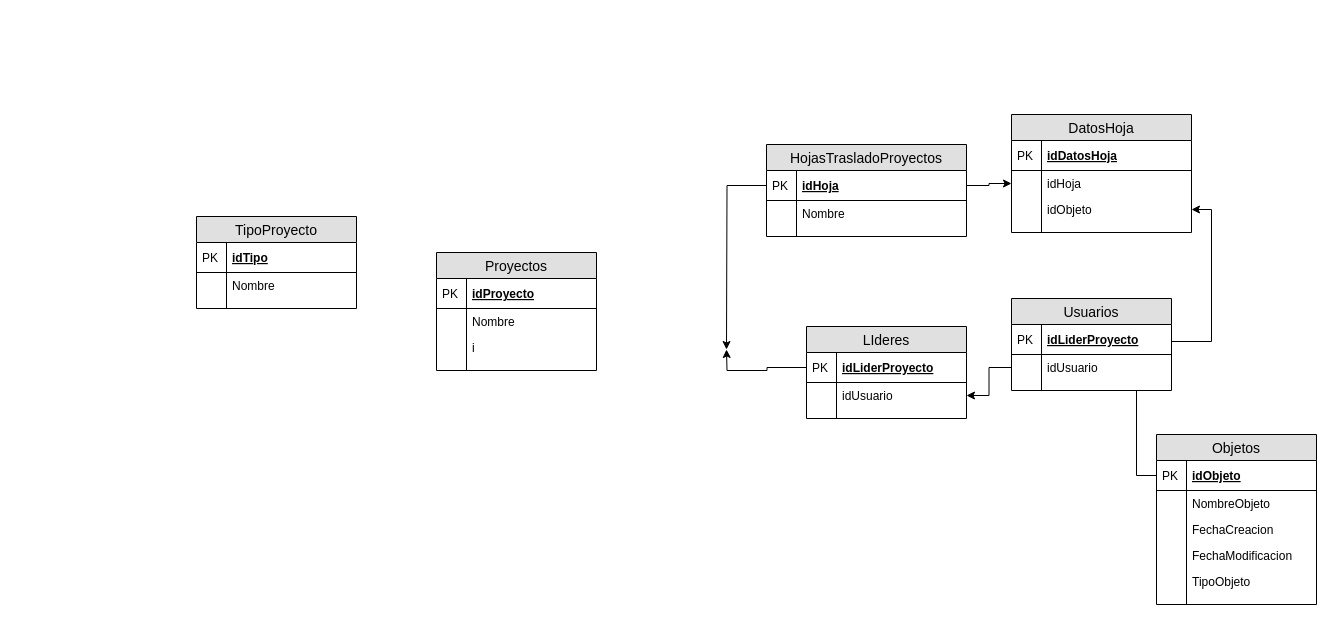
Earlier version of the draw.io diagram DiagramaNuevo.drawio (IrvinDevFlores/RequerimientosPro). Source tidied: cells renumbered, new cells numbered last; positions are measured from the earlier drawing's top-left corner, leaving out a move shared by most shapes. Both pictures are drawn from the tidied source at 100%, with x=0, y=0 at pixel (196, 114).
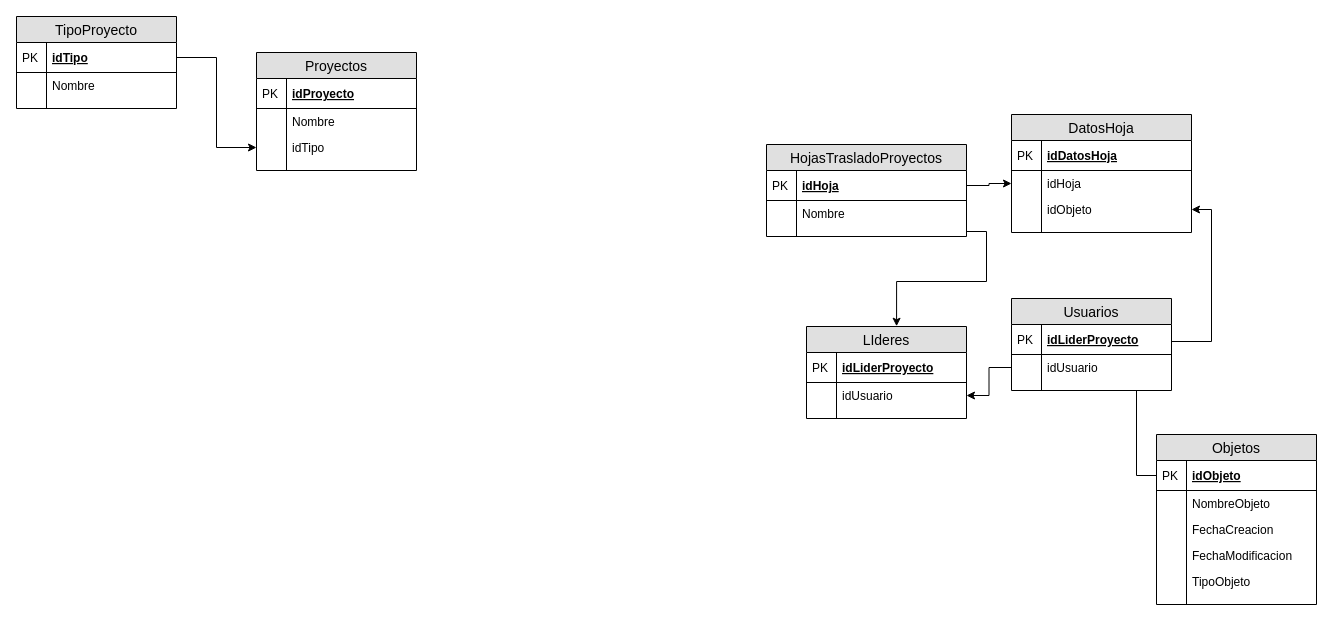
Above is the later version.

Commit message:
Continuaremos mañana

The change refers to these unchanged cells:
```xml
<mxCell id="12" value="idHoja" style="shape=partialRectangle;top=0;left=0;right=0;bottom=1;align=left;verticalAlign=middle;fillColor=none;spacingLeft=34;spacingRight=4;overflow=hidden;points=[[0,0.5],[1,0.5]];portConstraint=eastwest;fontStyle=5;fontSize=12;" parent="11" vertex="1">
  <mxGeometry y="26" width="200" height="30" as="geometry" />
</mxCell>
<mxCell id="16" style="shape=partialRectangle;top=0;left=0;right=0;bottom=0;align=left;verticalAlign=top;fillColor=none;spacingLeft=34;spacingRight=4;overflow=hidden;points=[[0,0.5],[1,0.5]];portConstraint=eastwest;fontSize=12;" parent="11" vertex="1">
  <mxGeometry y="82" width="200" height="10" as="geometry" />
</mxCell>
<mxCell id="43" value="LIderes" style="swimlane;fontStyle=0;horizontal=1;startSize=26;fillColor=#e0e0e0;swimlaneFillColor=#ffffff;align=center;fontSize=14;" parent="1" vertex="1">
  <mxGeometry x="610" y="212" width="160" height="92" as="geometry" />
</mxCell>
<mxCell id="44" value="idLiderProyecto" style="shape=partialRectangle;top=0;left=0;right=0;bottom=1;align=left;verticalAlign=middle;fillColor=none;spacingLeft=34;spacingRight=4;overflow=hidden;points=[[0,0.5],[1,0.5]];portConstraint=eastwest;fontStyle=5;fontSize=12;" parent="43" vertex="1">
  <mxGeometry y="26" width="160" height="30" as="geometry" />
</mxCell>
<mxCell id="60" value="idTipo" style="shape=partialRectangle;top=0;left=0;right=0;bottom=1;align=left;verticalAlign=middle;fillColor=none;spacingLeft=34;spacingRight=4;overflow=hidden;points=[[0,0.5],[1,0.5]];portConstraint=eastwest;fontStyle=5;fontSize=12;" parent="59" vertex="1">
  <mxGeometry y="26" width="160" height="30" as="geometry" />
</mxCell>
```

Change to the diagram source:
```diff
@@
     <mxCell id="2" value="Proyectos" style="swimlane;fontStyle=0;horizontal=1;startSize=26;fillColor=#e0e0e0;swimlaneFillColor=#ffffff;align=center;fontSize=14;" parent="1" vertex="1">
-      <mxGeometry x="240" y="138" width="160" height="118" as="geometry" />
+      <mxGeometry x="60" y="-62" width="160" height="118" as="geometry" />
     </mxCell>
@@
-    <mxCell id="7" value="i" style="shape=partialRectangle;top=0;left=0;right=0;bottom=0;align=left;verticalAlign=top;fillColor=none;spacingLeft=34;spacingRight=4;overflow=hidden;points=[[0,0.5],[1,0.5]];portConstraint=eastwest;fontSize=12;" parent="2" vertex="1">
+    <mxCell id="7" value="idTipo" style="shape=partialRectangle;top=0;left=0;right=0;bottom=0;align=left;verticalAlign=top;fillColor=none;spacingLeft=34;spacingRight=4;overflow=hidden;points=[[0,0.5],[1,0.5]];portConstraint=eastwest;fontSize=12;" parent="2" vertex="1">
       <mxGeometry y="82" width="160" height="26" as="geometry" />
     </mxCell>
@@
-    <mxCell id="31" style="edgeStyle=orthogonalEdgeStyle;rounded=0;jettySize=auto;html=1;entryX=1;entryY=0.5;entryDx=0;entryDy=0;" parent="1" edge="1" source="12">
-      <mxGeometry relative="1" as="geometry">
-        <mxPoint x="530" y="235" as="targetPoint" />
-      </mxGeometry>
-    </mxCell>
@@
-    <mxCell id="58" style="edgeStyle=orthogonalEdgeStyle;rounded=0;jettySize=auto;html=1;entryX=1;entryY=0.5;entryDx=0;entryDy=0;" parent="1" edge="1" source="44">
-      <mxGeometry relative="1" as="geometry">
-        <mxPoint x="530" y="235" as="targetPoint" />
-      </mxGeometry>
-    </mxCell>
     <mxCell id="59" value="TipoProyecto" style="swimlane;fontStyle=0;horizontal=1;startSize=26;fillColor=#e0e0e0;swimlaneFillColor=#ffffff;align=center;fontSize=14;" parent="1" vertex="1">
-      <mxGeometry y="102" width="160" height="92" as="geometry" />
+      <mxGeometry x="-180" y="-98" width="160" height="92" as="geometry" />
     </mxCell>
@@
+    <mxCell id="66" style="edgeStyle=orthogonalEdgeStyle;rounded=0;jettySize=auto;html=1;entryX=0;entryY=0.5;entryDx=0;entryDy=0;" parent="1" edge="1" source="60" target="7">
+      <mxGeometry relative="1" as="geometry" />
+    </mxCell>
+    <mxCell id="67" style="edgeStyle=orthogonalEdgeStyle;rounded=0;jettySize=auto;html=1;entryX=0.563;entryY=-0.003;entryDx=0;entryDy=0;entryPerimeter=0;" parent="1" edge="1" source="16" target="43">
+      <mxGeometry relative="1" as="geometry" />
+    </mxCell>
```
